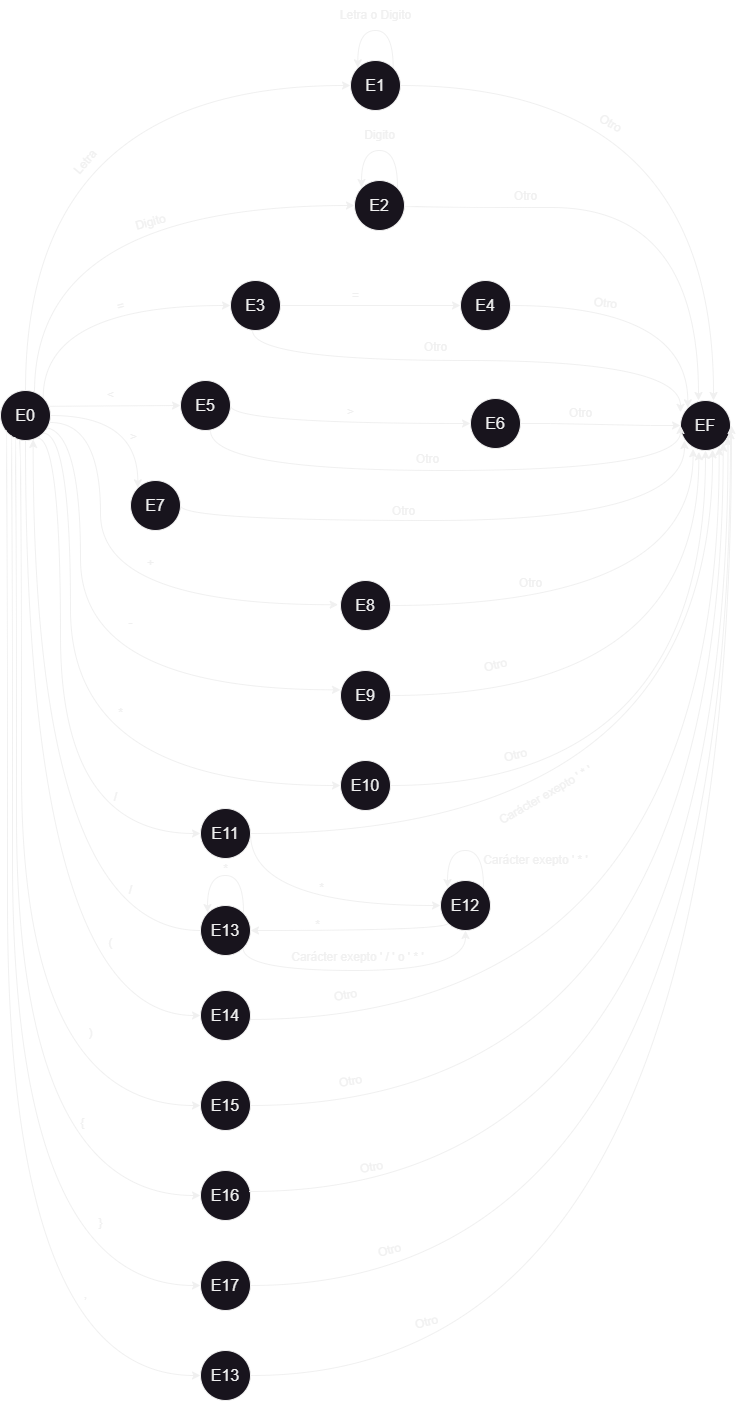
Before: compilador01/src/assets/Autómata Finito.png, a diagram exported from draw.io (AORojas/compilador-desarrollo-compiladores). Source tidied: cells renumbered, new cells last; positions are measured from the earlier drawing's top-left corner, leaving out a move shared by most shapes.
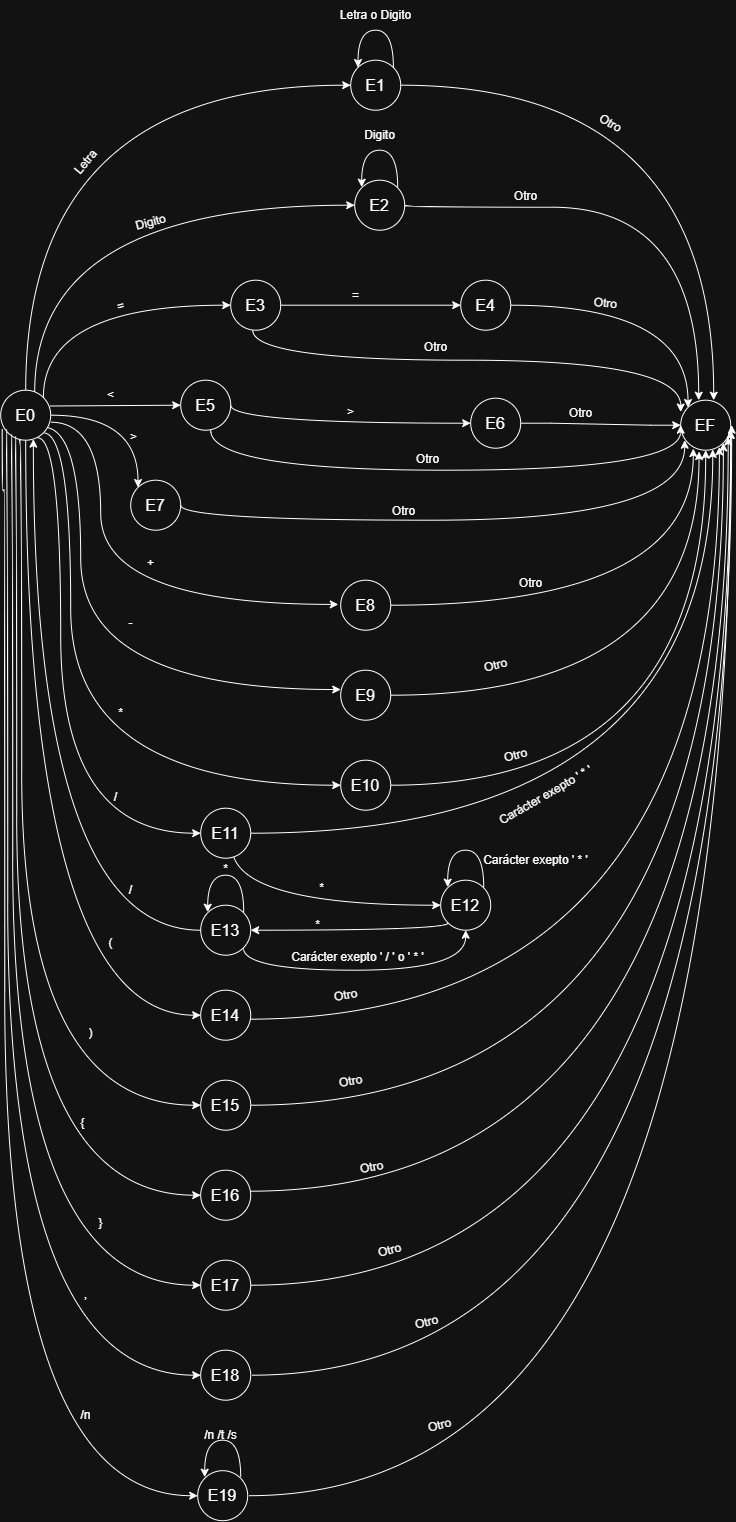
Later version of the same file.

Commit message:
agrego /n al automata

Diff of the diagram source:
```diff
@@ -354,7 +354,7 @@
         <mxPoint x="731" y="425" as="targetPoint" />
       </mxGeometry>
     </mxCell>
-    <mxCell id="82" value="&lt;font size=&quot;3&quot;&gt;E13&lt;/font&gt;" style="ellipse;whiteSpace=wrap;html=1;" parent="1" vertex="1">
+    <mxCell id="82" value="&lt;font size=&quot;3&quot;&gt;E18&lt;/font&gt;" style="ellipse;whiteSpace=wrap;html=1;" parent="1" vertex="1">
       <mxGeometry x="200" y="1350" width="50" height="50" as="geometry" />
     </mxCell>
     <mxCell id="83" style="edgeStyle=orthogonalEdgeStyle;curved=1;rounded=0;jettySize=auto;html=1;entryX=1;entryY=0.604;entryDx=0;entryDy=0;entryPerimeter=0;" parent="1" edge="1" source="84" target="12">
@@ -446,5 +446,42 @@
     <mxCell id="101" value="*" style="text;html=1;align=center;verticalAlign=middle;strokeColor=none;fillColor=none;" parent="1" vertex="1">
       <mxGeometry x="210" y="854" width="30" height="30" as="geometry" />
     </mxCell>
+    <mxCell id="102" style="edgeStyle=orthogonalEdgeStyle;curved=1;rounded=0;orthogonalLoop=1;jettySize=auto;html=1;" parent="1" edge="1">
+      <mxGeometry relative="1" as="geometry">
+        <mxPoint x="248" y="1495.5" as="sourcePoint" />
+        <mxPoint x="730" y="430" as="targetPoint" />
+      </mxGeometry>
+    </mxCell>
+    <mxCell id="103" value="&lt;font size=&quot;3&quot;&gt;E19&lt;/font&gt;" style="ellipse;whiteSpace=wrap;html=1;" parent="1" vertex="1">
+      <mxGeometry x="197" y="1470.5" width="50" height="50" as="geometry" />
+    </mxCell>
+    <mxCell id="104" style="edgeStyle=orthogonalEdgeStyle;curved=1;rounded=0;jettySize=auto;html=1;exitX=0.031;exitY=0.778;exitDx=0;exitDy=0;entryX=0;entryY=0.5;entryDx=0;entryDy=0;exitPerimeter=0;" parent="1" edge="1" source="11" target="103">
+      <mxGeometry relative="1" as="geometry">
+        <Array as="points">
+          <mxPoint x="1.5" y="490" />
+          <mxPoint x="4" y="490" />
+          <mxPoint x="4" y="1495.5" />
+        </Array>
+      </mxGeometry>
+    </mxCell>
+    <mxCell id="105" value="/n" style="text;html=1;align=center;verticalAlign=middle;strokeColor=none;fillColor=none;" parent="1" vertex="1">
+      <mxGeometry x="70" y="1400" width="30" height="30" as="geometry" />
+    </mxCell>
+    <mxCell id="106" value="/n /t /s" style="text;html=1;align=center;verticalAlign=middle;strokeColor=none;fillColor=none;" parent="1" vertex="1">
+      <mxGeometry x="190" y="1420" width="60" height="30" as="geometry" />
+    </mxCell>
+    <mxCell id="107" style="edgeStyle=orthogonalEdgeStyle;rounded=0;orthogonalLoop=1;jettySize=auto;html=1;exitX=1;exitY=0;exitDx=0;exitDy=0;curved=1;entryX=0;entryY=0;entryDx=0;entryDy=0;" parent="1" edge="1">
+      <mxGeometry relative="1" as="geometry">
+        <mxPoint x="240" y="1477" as="sourcePoint" />
+        <mxPoint x="204" y="1477" as="targetPoint" />
+        <Array as="points">
+          <mxPoint x="240" y="1440" />
+          <mxPoint x="204" y="1440" />
+        </Array>
+      </mxGeometry>
+    </mxCell>
+    <mxCell id="108" value="Otro" style="text;html=1;align=center;verticalAlign=middle;strokeColor=none;fillColor=none;rotation=-15;" parent="1" vertex="1">
+      <mxGeometry x="414" y="1410" width="50" height="30" as="geometry" />
+    </mxCell>
   </root>
 </mxGraphModel>
```
